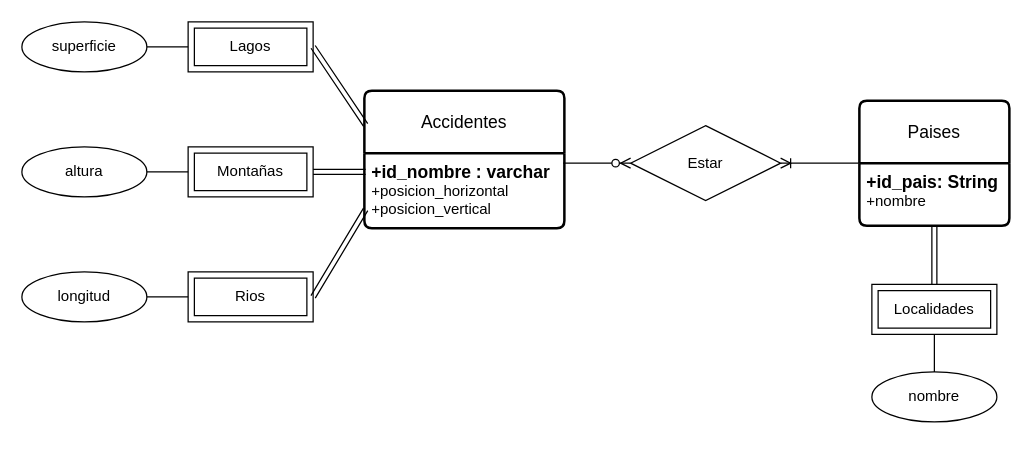
This is ejercicio11.drawio from AsierGArranz/aga-sru-sa-t-UD12DiagramaER-11102023, a draw.io file, before an edit. Source tidied: cells renumbered, new cells numbered last; positions are measured from the earlier drawing's top-left corner, leaving out a move shared by most shapes. Both pictures are drawn from the tidied source at 125%, with x=0, y=0 at pixel (21, 21).
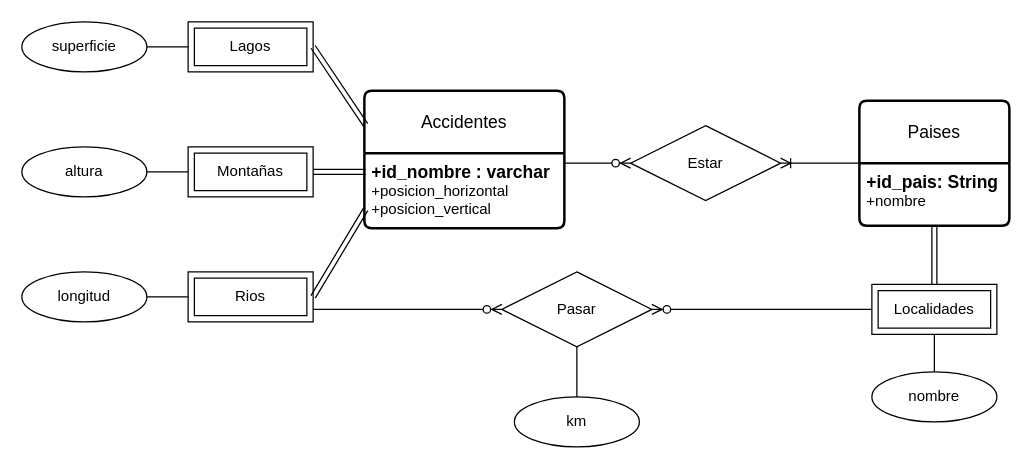
The same page after the edit.

The change refers to these unchanged cells:
```xml
<mxCell id="6" value="Rios" style="shape=ext;margin=3;double=1;whiteSpace=wrap;html=1;align=center;" parent="1" vertex="1">
  <mxGeometry x="133" y="200" width="100" height="40" as="geometry" />
</mxCell>
<mxCell id="21" value="Localidades" style="shape=ext;margin=3;double=1;whiteSpace=wrap;html=1;align=center;" parent="1" vertex="1">
  <mxGeometry x="680" y="210" width="100" height="40" as="geometry" />
</mxCell>
```

Diff of the diagram source:
```diff
@@
+    <mxCell id="25" value="Pasar" style="shape=rhombus;perimeter=rhombusPerimeter;whiteSpace=wrap;html=1;align=center;" parent="1" vertex="1">
+      <mxGeometry x="384" y="200" width="120" height="60" as="geometry" />
+    </mxCell>
+    <mxCell id="26" style="edgeStyle=entityRelationEdgeStyle;fontSize=12;html=1;endArrow=ERzeroToMany;endFill=1;rounded=0;entryX=0;entryY=0.5;entryDx=0;entryDy=0;exitX=1;exitY=0.75;exitDx=0;exitDy=0;" parent="1" edge="1" source="6" target="25">
+      <mxGeometry relative="1" as="geometry" />
+    </mxCell>
+    <mxCell id="27" style="edgeStyle=entityRelationEdgeStyle;fontSize=12;html=1;endArrow=ERzeroToMany;endFill=1;rounded=0;entryX=1;entryY=0.5;entryDx=0;entryDy=0;exitX=0;exitY=0.5;exitDx=0;exitDy=0;" parent="1" edge="1" source="21" target="25">
+      <mxGeometry relative="1" as="geometry" />
+    </mxCell>
+    <mxCell id="28" value="km" style="ellipse;whiteSpace=wrap;html=1;align=center;" parent="1" vertex="1">
+      <mxGeometry x="394" y="300" width="100" height="40" as="geometry" />
+    </mxCell>
+    <mxCell id="29" style="endArrow=none;html=1;rounded=0;entryX=0.5;entryY=1;entryDx=0;entryDy=0;exitX=0.5;exitY=0;exitDx=0;exitDy=0;" parent="1" edge="1" source="28" target="25">
+      <mxGeometry relative="1" as="geometry" />
+    </mxCell>
```
